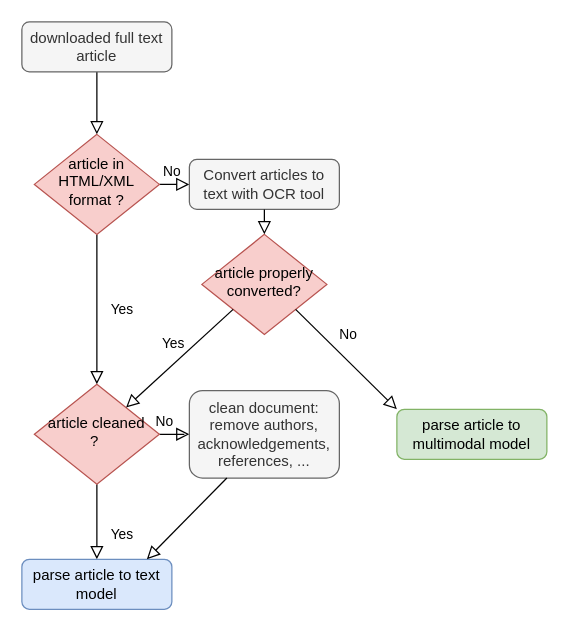
The draw.io diagram diagrams/figure_2.drawio in lamalab-org/matextract-book, before the edit. Source tidied: cells renumbered, new cells numbered last; positions are measured from the earlier drawing's top-left corner, leaving out a move shared by most shapes. Both pictures are drawn from the tidied source at 125%, with x=0, y=0 at pixel (21, 21).
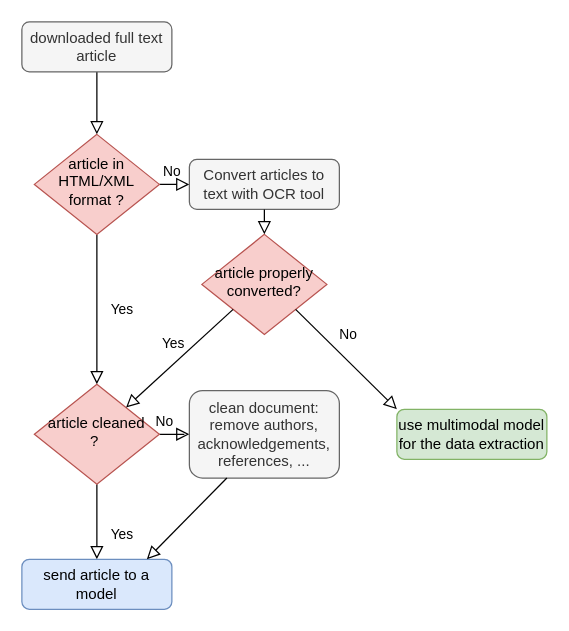
Above is the later version.

Change to the diagram source:
```diff
@@
-    <mxCell id="11" value="parse article to text model" style="rounded=1;whiteSpace=wrap;html=1;fontSize=12;glass=0;strokeWidth=1;shadow=0;fillColor=#dae8fc;strokeColor=#6c8ebf;" parent="1" vertex="1">
+    <mxCell id="11" value="send article to a model" style="rounded=1;whiteSpace=wrap;html=1;fontSize=12;glass=0;strokeWidth=1;shadow=0;fillColor=#dae8fc;strokeColor=#6c8ebf;" parent="1" vertex="1">
       <mxGeometry y="429.9" width="120" height="40" as="geometry" />
     </mxCell>
@@
-    <mxCell id="20" value="parse article to multimodal model" style="rounded=1;whiteSpace=wrap;html=1;fontSize=12;glass=0;strokeWidth=1;shadow=0;fillColor=#d5e8d4;strokeColor=#82b366;" parent="1" vertex="1">
+    <mxCell id="20" value="use multimodal model for the data extraction" style="rounded=1;whiteSpace=wrap;html=1;fontSize=12;glass=0;strokeWidth=1;shadow=0;fillColor=#d5e8d4;strokeColor=#82b366;" parent="1" vertex="1">
       <mxGeometry x="300" y="309.9" width="120" height="40" as="geometry" />
     </mxCell>
```
